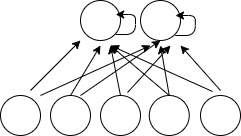
Before: Untitled Diagram.png, a diagram exported from draw.io (WittmannF/anyname). Source tidied: cells renumbered, new cells last; positions are measured from the earlier drawing's top-left corner, leaving out a move shared by most shapes.
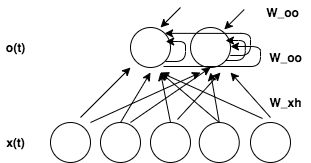
After the change.

What changed in the source:
```diff
@@ -76,10 +76,10 @@
     </mxCell>
     <mxCell id="19" style="edgeStyle=segmentEdgeStyle;endArrow=classic;html=1;" parent="1" edge="1">
       <mxGeometry relative="1" as="geometry">
-        <mxPoint x="174.8" y="35" as="sourcePoint" />
-        <mxPoint x="175" y="15" as="targetPoint" />
+        <mxPoint x="174.8" y="33" as="sourcePoint" />
+        <mxPoint x="175" y="13" as="targetPoint" />
         <Array as="points">
-          <mxPoint x="194.8" y="35" />
+          <mxPoint x="194.8" y="33" />
         </Array>
       </mxGeometry>
     </mxCell>
@@ -92,5 +92,51 @@
         </Array>
       </mxGeometry>
     </mxCell>
+    <mxCell id="21" style="edgeStyle=segmentEdgeStyle;endArrow=classic;html=1;entryX=1;entryY=0;entryDx=0;entryDy=0;" parent="1" edge="1" target="7">
+      <mxGeometry relative="1" as="geometry">
+        <mxPoint x="179.8" y="28" as="sourcePoint" />
+        <Array as="points">
+          <mxPoint x="200" y="28" />
+          <mxPoint x="200" y="6" />
+        </Array>
+      </mxGeometry>
+    </mxCell>
+    <mxCell id="22" style="edgeStyle=segmentEdgeStyle;endArrow=classic;html=1;" parent="1" edge="1">
+      <mxGeometry relative="1" as="geometry">
+        <mxPoint x="113" y="39" as="sourcePoint" />
+        <mxPoint x="180" y="19" as="targetPoint" />
+        <Array as="points">
+          <mxPoint x="210" y="39" />
+          <mxPoint x="210" y="19" />
+        </Array>
+      </mxGeometry>
+    </mxCell>
+    <mxCell id="23" value="&lt;b&gt;o(t)&lt;/b&gt;" style="text;html=1;align=center;verticalAlign=middle;" parent="1" vertex="1">
+      <mxGeometry x="-50" y="10" width="30" height="20" as="geometry" />
+    </mxCell>
+    <mxCell id="24" value="&lt;b&gt;x(t)&lt;/b&gt;" style="text;html=1;align=center;verticalAlign=middle;" parent="1" vertex="1">
+      <mxGeometry x="-50" y="105" width="30" height="20" as="geometry" />
+    </mxCell>
+    <mxCell id="25" value="&lt;b&gt;W_oo&lt;/b&gt;" style="text;html=1;align=center;verticalAlign=middle;" parent="1" vertex="1">
+      <mxGeometry x="210" y="20" width="50" height="20" as="geometry" />
+    </mxCell>
+    <mxCell id="26" value="&lt;b&gt;W_xh&lt;/b&gt;" style="text;html=1;align=center;verticalAlign=middle;" parent="1" vertex="1">
+      <mxGeometry x="210" y="65" width="50" height="20" as="geometry" />
+    </mxCell>
+    <mxCell id="27" style="endArrow=classic;html=1;" parent="1" edge="1">
+      <mxGeometry relative="1" as="geometry">
+        <mxPoint x="193.8" y="-18" as="sourcePoint" />
+        <mxPoint x="173.8" y="2" as="targetPoint" />
+      </mxGeometry>
+    </mxCell>
+    <mxCell id="28" style="endArrow=classic;html=1;" parent="1" edge="1">
+      <mxGeometry relative="1" as="geometry">
+        <mxPoint x="130" y="-20" as="sourcePoint" />
+        <mxPoint x="110" as="targetPoint" />
+      </mxGeometry>
+    </mxCell>
+    <mxCell id="29" value="&lt;b&gt;W_oo&lt;/b&gt;" style="text;html=1;align=center;verticalAlign=middle;" parent="1" vertex="1">
+      <mxGeometry x="206.8" y="-25" width="50" height="20" as="geometry" />
+    </mxCell>
   </root>
 </mxGraphModel>
```
